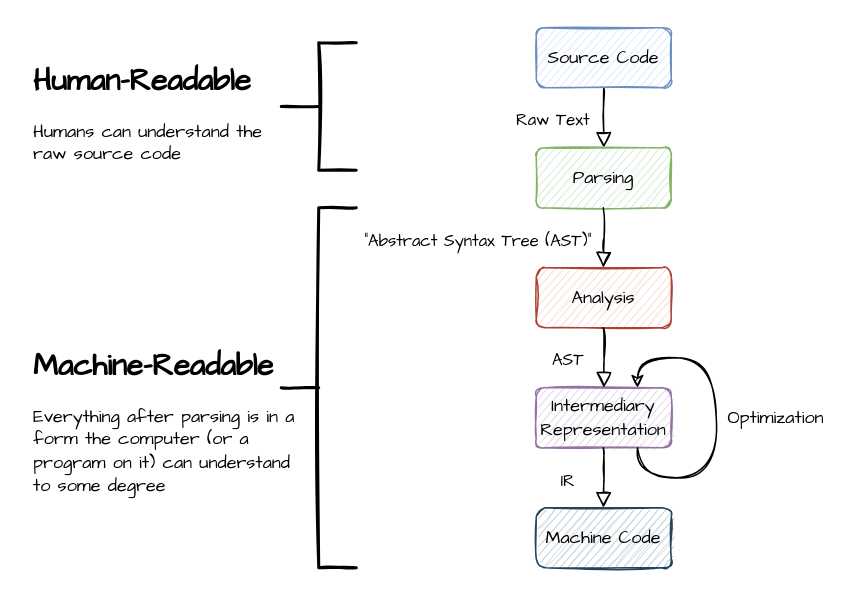
Before: diagrams/compiler-phases.drawio in evanacox/honors-forum-project, a draw.io diagram. Source tidied: cells renumbered, new cells numbered last; positions are measured from the earlier drawing's top-left corner, leaving out a move shared by most shapes. Both pictures are drawn from the tidied source at 150%, with x=0, y=0 at pixel (26, 27).
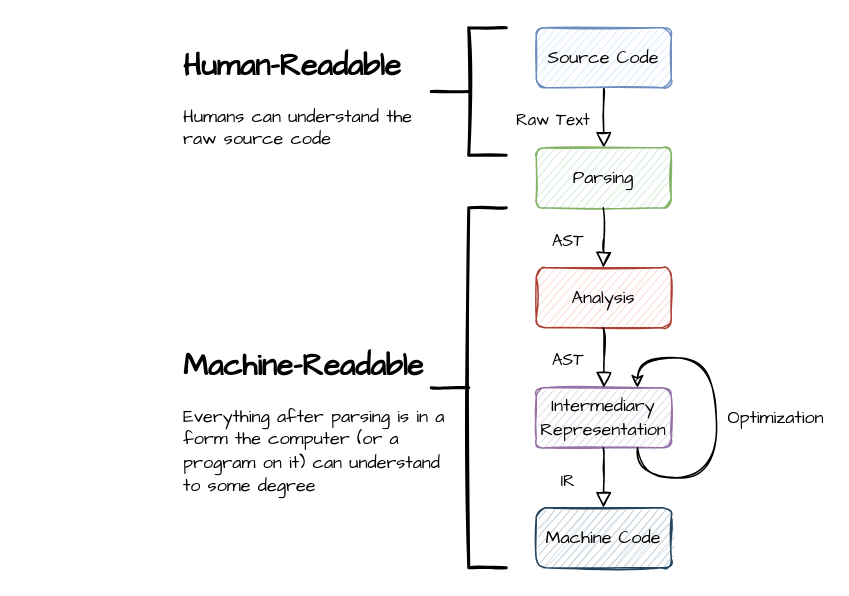
The same diagram, later.

Commit message (it also covers changes not shown here):
[docs] further simplify compiler phases article

The change refers to these unchanged cells:
```xml
<mxCell id="6" style="rounded=0;html=1;jettySize=auto;orthogonalLoop=1;fontSize=11;endArrow=block;endFill=0;endSize=8;strokeWidth=1;shadow=0;labelBackgroundColor=none;edgeStyle=orthogonalEdgeStyle;sketch=1;entryX=0.5;entryY=0;entryDx=0;entryDy=0;" parent="1" edge="1">
  <mxGeometry relative="1" as="geometry">
    <mxPoint x="384.7" y="120" as="sourcePoint" />
    <mxPoint x="384.7" y="160" as="targetPoint" />
  </mxGeometry>
</mxCell>
```

The edit, as a diff of the source:
```diff
@@
-    <mxCell id="7" value="&lt;font face=&quot;Architects Daughter&quot;&gt;&quot;Abstract Syntax Tree (AST)&quot;&lt;/font&gt;" style="edgeLabel;html=1;align=center;verticalAlign=middle;labelBackgroundColor=none;" parent="6" vertex="1">
+    <mxCell id="7" value="&lt;font face=&quot;Architects Daughter&quot;&gt;AST&lt;/font&gt;" style="edgeLabel;html=1;align=center;verticalAlign=middle;labelBackgroundColor=none;" parent="6" vertex="1">
       <mxGeometry x="-0.28" y="-2" relative="1" as="geometry">
-        <mxPoint x="-83" y="6" as="offset" />
+        <mxPoint x="-23" y="6" as="offset" />
       </mxGeometry>
     </mxCell>
@@
     <mxCell id="17" style="strokeWidth=2;html=1;shape=mxgraph.flowchart.annotation_2;align=left;labelPosition=right;labelBackgroundColor=none;sketch=1;rotation=0;" parent="1" vertex="1">
-      <mxGeometry x="170" y="10" width="50" height="85" as="geometry" />
+      <mxGeometry x="270" width="50" height="85" as="geometry" />
     </mxCell>
     <mxCell id="18" value="&lt;h1 style=&quot;font-size: 20px&quot;&gt;&lt;font style=&quot;font-size: 20px&quot; face=&quot;Architects Daughter&quot;&gt;Human-Readable&lt;/font&gt;&lt;/h1&gt;&lt;p&gt;&lt;font style=&quot;font-size: 12px&quot; face=&quot;Architects Daughter&quot;&gt;Humans can understand the&lt;br&gt;raw source code&lt;/font&gt;&lt;/p&gt;" style="text;html=1;strokeColor=none;fillColor=none;spacing=5;spacingTop=-20;whiteSpace=wrap;overflow=hidden;rounded=0;labelBackgroundColor=none;sketch=1;" parent="1" vertex="1">
-      <mxGeometry y="20" width="190" height="120" as="geometry" />
+      <mxGeometry x="100" y="10" width="190" height="120" as="geometry" />
     </mxCell>
     <mxCell id="19" style="strokeWidth=2;html=1;shape=mxgraph.flowchart.annotation_2;align=left;labelPosition=right;labelBackgroundColor=none;sketch=1;rotation=0;" parent="1" vertex="1">
-      <mxGeometry x="170" y="120" width="50" height="240" as="geometry" />
+      <mxGeometry x="270" y="120" width="50" height="240" as="geometry" />
     </mxCell>
     <mxCell id="20" value="&lt;h1 style=&quot;font-size: 20px&quot;&gt;&lt;font style=&quot;font-size: 20px&quot; face=&quot;Architects Daughter&quot;&gt;Machine-Readable&lt;/font&gt;&lt;/h1&gt;&lt;p&gt;&lt;font face=&quot;Architects Daughter&quot;&gt;Everything after parsing is in a form the computer (or a program on it) can understand to some degree&lt;/font&gt;&lt;/p&gt;" style="text;html=1;strokeColor=none;fillColor=none;spacing=5;spacingTop=-20;whiteSpace=wrap;overflow=hidden;rounded=0;labelBackgroundColor=none;sketch=1;" parent="1" vertex="1">
-      <mxGeometry y="210" width="190" height="120" as="geometry" />
+      <mxGeometry x="100" y="210" width="190" height="120" as="geometry" />
     </mxCell>
```
